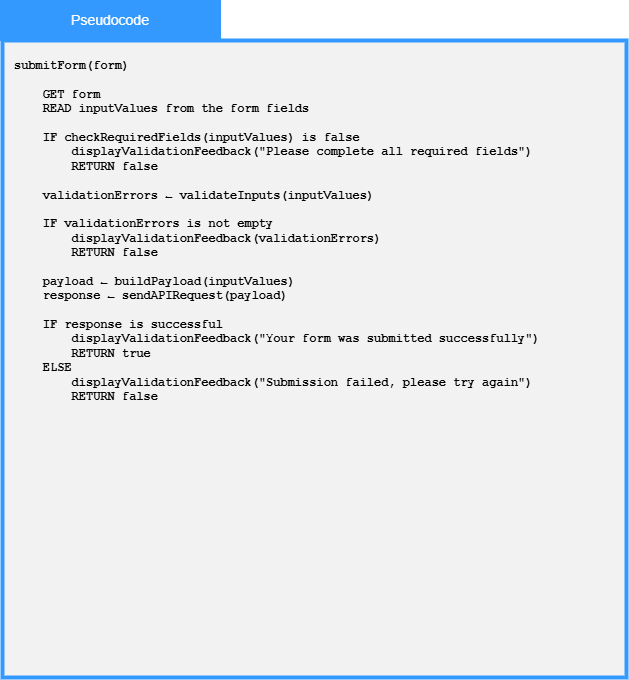
JmmonJeremy/CareerBound-SDD keeps this draw.io diagram as 03_Team_Work/Team1/Milestone_5_Algorithms/AJ_M5_renderSelectedView.drawio.png. Above is the earlier version. Source tidied: cells renumbered, new cells last; positions are measured from the earlier drawing's top-left corner, leaving out a move shared by most shapes. The source it was exported from:
```xml
<mxGraphModel>
  <root>
    <mxCell id="0" />
    <mxCell id="1" parent="0" />
    <mxCell id="2" style="whiteSpace=wrap;html=1;fillColor=#F2F2F2;strokeWidth=4;strokeColor=#3399FF;" parent="1" vertex="1">
      <mxGeometry x="2" y="40" width="624" height="637" as="geometry" />
    </mxCell>
    <mxCell id="3" value="&lt;font face=&quot;Arial&quot; style=&quot;color: rgb(255, 255, 255); font-size: 14px;&quot;&gt;Pseudocode&lt;/font&gt;" style="rounded=0;whiteSpace=wrap;html=1;strokeColor=#3399FF;fillColor=#3399FF;" parent="1" vertex="1">
      <mxGeometry width="220" height="40" as="geometry" />
    </mxCell>
    <mxCell id="4" value="&lt;div style=&quot;&quot;&gt;&lt;div style=&quot;&quot;&gt;&lt;font face=&quot;Courier New&quot;&gt;&lt;b&gt;&lt;div style=&quot;&quot;&gt;submitForm(form)&lt;/div&gt;&lt;div style=&quot;&quot;&gt;&lt;br&gt;&lt;/div&gt;&lt;div style=&quot;&quot;&gt;&amp;nbsp; &amp;nbsp; GET form&lt;/div&gt;&lt;div style=&quot;&quot;&gt;&amp;nbsp; &amp;nbsp; READ inputValues from the form fields&lt;/div&gt;&lt;div style=&quot;&quot;&gt;&lt;br&gt;&lt;/div&gt;&lt;div style=&quot;&quot;&gt;&amp;nbsp; &amp;nbsp; IF checkRequiredFields(inputValues) is false&lt;/div&gt;&lt;div style=&quot;&quot;&gt;&amp;nbsp; &amp;nbsp; &amp;nbsp; &amp;nbsp; displayValidationFeedback(&quot;Please complete all required fields&quot;)&lt;/div&gt;&lt;div style=&quot;&quot;&gt;&amp;nbsp; &amp;nbsp; &amp;nbsp; &amp;nbsp; RETURN false&lt;/div&gt;&lt;div style=&quot;&quot;&gt;&lt;br&gt;&lt;/div&gt;&lt;div style=&quot;&quot;&gt;&amp;nbsp; &amp;nbsp; validationErrors ← validateInputs(inputValues)&lt;/div&gt;&lt;div style=&quot;&quot;&gt;&lt;br&gt;&lt;/div&gt;&lt;div style=&quot;&quot;&gt;&amp;nbsp; &amp;nbsp; IF validationErrors is not empty&lt;/div&gt;&lt;div style=&quot;&quot;&gt;&amp;nbsp; &amp;nbsp; &amp;nbsp; &amp;nbsp; displayValidationFeedback(validationErrors)&lt;/div&gt;&lt;div style=&quot;&quot;&gt;&amp;nbsp; &amp;nbsp; &amp;nbsp; &amp;nbsp; RETURN false&lt;/div&gt;&lt;div style=&quot;&quot;&gt;&lt;br&gt;&lt;/div&gt;&lt;div style=&quot;&quot;&gt;&amp;nbsp; &amp;nbsp; payload ← buildPayload(inputValues)&lt;/div&gt;&lt;div style=&quot;&quot;&gt;&amp;nbsp; &amp;nbsp; response ← sendAPIRequest(payload)&lt;/div&gt;&lt;div style=&quot;&quot;&gt;&lt;br&gt;&lt;/div&gt;&lt;div style=&quot;&quot;&gt;&amp;nbsp; &amp;nbsp; IF response is successful&lt;/div&gt;&lt;div style=&quot;&quot;&gt;&amp;nbsp; &amp;nbsp; &amp;nbsp; &amp;nbsp; displayValidationFeedback(&quot;Your form was submitted successfully&quot;)&lt;/div&gt;&lt;div style=&quot;&quot;&gt;&amp;nbsp; &amp;nbsp; &amp;nbsp; &amp;nbsp; RETURN true&lt;/div&gt;&lt;div style=&quot;&quot;&gt;&amp;nbsp; &amp;nbsp; ELSE&lt;/div&gt;&lt;div style=&quot;&quot;&gt;&amp;nbsp; &amp;nbsp; &amp;nbsp; &amp;nbsp; displayValidationFeedback(&quot;Submission failed, please try again&quot;)&lt;/div&gt;&lt;div style=&quot;&quot;&gt;&amp;nbsp; &amp;nbsp; &amp;nbsp; &amp;nbsp; RETURN false&lt;/div&gt;&lt;/b&gt;&lt;/font&gt;&lt;/div&gt;&lt;/div&gt;" style="text;html=1;whiteSpace=wrap;strokeColor=none;fillColor=none;align=left;verticalAlign=middle;rounded=0;verticalAlign=top;" parent="1" vertex="1">
      <mxGeometry x="12" y="52" width="597" height="613" as="geometry" />
    </mxCell>
  </root>
</mxGraphModel>
```
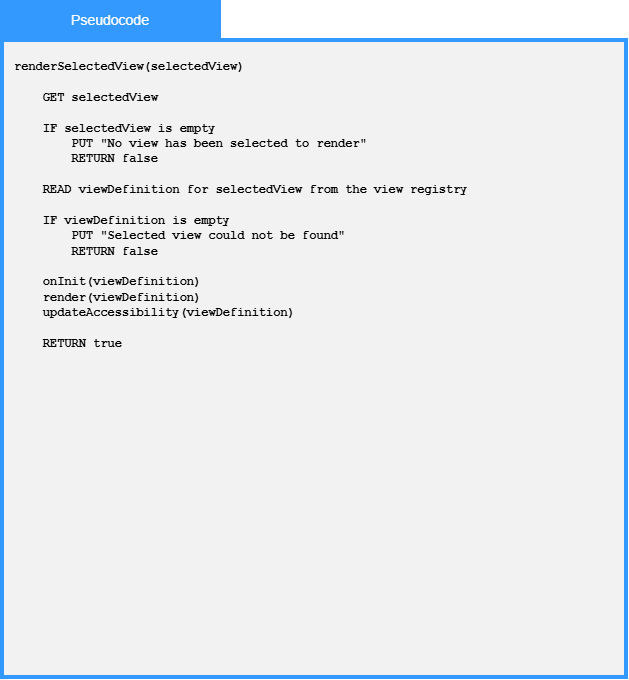
After the change.

Commit message:
Actual render and renderSelectedView

Change to the diagram source:
```diff
@@ -8,8 +8,8 @@
     <mxCell id="3" value="&lt;font face=&quot;Arial&quot; style=&quot;color: rgb(255, 255, 255); font-size: 14px;&quot;&gt;Pseudocode&lt;/font&gt;" style="rounded=0;whiteSpace=wrap;html=1;strokeColor=#3399FF;fillColor=#3399FF;" parent="1" vertex="1">
       <mxGeometry width="220" height="40" as="geometry" />
     </mxCell>
-    <mxCell id="4" value="&lt;div style=&quot;&quot;&gt;&lt;div style=&quot;&quot;&gt;&lt;font face=&quot;Courier New&quot;&gt;&lt;b&gt;&lt;div style=&quot;&quot;&gt;submitForm(form)&lt;/div&gt;&lt;div style=&quot;&quot;&gt;&lt;br&gt;&lt;/div&gt;&lt;div style=&quot;&quot;&gt;&amp;nbsp; &amp;nbsp; GET form&lt;/div&gt;&lt;div style=&quot;&quot;&gt;&amp;nbsp; &amp;nbsp; READ inputValues from the form fields&lt;/div&gt;&lt;div style=&quot;&quot;&gt;&lt;br&gt;&lt;/div&gt;&lt;div style=&quot;&quot;&gt;&amp;nbsp; &amp;nbsp; IF checkRequiredFields(inputValues) is false&lt;/div&gt;&lt;div style=&quot;&quot;&gt;&amp;nbsp; &amp;nbsp; &amp;nbsp; &amp;nbsp; displayValidationFeedback(&quot;Please complete all required fields&quot;)&lt;/div&gt;&lt;div style=&quot;&quot;&gt;&amp;nbsp; &amp;nbsp; &amp;nbsp; &amp;nbsp; RETURN false&lt;/div&gt;&lt;div style=&quot;&quot;&gt;&lt;br&gt;&lt;/div&gt;&lt;div style=&quot;&quot;&gt;&amp;nbsp; &amp;nbsp; validationErrors ← validateInputs(inputValues)&lt;/div&gt;&lt;div style=&quot;&quot;&gt;&lt;br&gt;&lt;/div&gt;&lt;div style=&quot;&quot;&gt;&amp;nbsp; &amp;nbsp; IF validationErrors is not empty&lt;/div&gt;&lt;div style=&quot;&quot;&gt;&amp;nbsp; &amp;nbsp; &amp;nbsp; &amp;nbsp; displayValidationFeedback(validationErrors)&lt;/div&gt;&lt;div style=&quot;&quot;&gt;&amp;nbsp; &amp;nbsp; &amp;nbsp; &amp;nbsp; RETURN false&lt;/div&gt;&lt;div style=&quot;&quot;&gt;&lt;br&gt;&lt;/div&gt;&lt;div style=&quot;&quot;&gt;&amp;nbsp; &amp;nbsp; payload ← buildPayload(inputValues)&lt;/div&gt;&lt;div style=&quot;&quot;&gt;&amp;nbsp; &amp;nbsp; response ← sendAPIRequest(payload)&lt;/div&gt;&lt;div style=&quot;&quot;&gt;&lt;br&gt;&lt;/div&gt;&lt;div style=&quot;&quot;&gt;&amp;nbsp; &amp;nbsp; IF response is successful&lt;/div&gt;&lt;div style=&quot;&quot;&gt;&amp;nbsp; &amp;nbsp; &amp;nbsp; &amp;nbsp; displayValidationFeedback(&quot;Your form was submitted successfully&quot;)&lt;/div&gt;&lt;div style=&quot;&quot;&gt;&amp;nbsp; &amp;nbsp; &amp;nbsp; &amp;nbsp; RETURN true&lt;/div&gt;&lt;div style=&quot;&quot;&gt;&amp;nbsp; &amp;nbsp; ELSE&lt;/div&gt;&lt;div style=&quot;&quot;&gt;&amp;nbsp; &amp;nbsp; &amp;nbsp; &amp;nbsp; displayValidationFeedback(&quot;Submission failed, please try again&quot;)&lt;/div&gt;&lt;div style=&quot;&quot;&gt;&amp;nbsp; &amp;nbsp; &amp;nbsp; &amp;nbsp; RETURN false&lt;/div&gt;&lt;/b&gt;&lt;/font&gt;&lt;/div&gt;&lt;/div&gt;" style="text;html=1;whiteSpace=wrap;strokeColor=none;fillColor=none;align=left;verticalAlign=middle;rounded=0;verticalAlign=top;" parent="1" vertex="1">
-      <mxGeometry x="12" y="52" width="597" height="613" as="geometry" />
-    </mxCell>
+    <mxCell id="5" value="&lt;div&gt;&lt;div&gt;&lt;font face=&quot;Courier New&quot;&gt;&lt;b&gt;renderSelectedView(selectedView)&lt;/b&gt;&lt;/font&gt;&lt;/div&gt;&lt;div&gt;&lt;font face=&quot;Courier New&quot;&gt;&lt;b&gt;&lt;br&gt;&lt;/b&gt;&lt;/font&gt;&lt;/div&gt;&lt;div&gt;&lt;font face=&quot;Courier New&quot;&gt;&lt;b&gt;&amp;nbsp; &amp;nbsp; GET selectedView&lt;/b&gt;&lt;/font&gt;&lt;/div&gt;&lt;div&gt;&lt;font face=&quot;Courier New&quot;&gt;&lt;b&gt;&lt;br&gt;&lt;/b&gt;&lt;/font&gt;&lt;/div&gt;&lt;div&gt;&lt;font face=&quot;Courier New&quot;&gt;&lt;b&gt;&amp;nbsp; &amp;nbsp; IF selectedView is empty&lt;/b&gt;&lt;/font&gt;&lt;/div&gt;&lt;div&gt;&lt;font face=&quot;Courier New&quot;&gt;&lt;b&gt;&amp;nbsp; &amp;nbsp; &amp;nbsp; &amp;nbsp; PUT &quot;No view has been selected to render&quot;&lt;/b&gt;&lt;/font&gt;&lt;/div&gt;&lt;div&gt;&lt;font face=&quot;Courier New&quot;&gt;&lt;b&gt;&amp;nbsp; &amp;nbsp; &amp;nbsp; &amp;nbsp; RETURN false&lt;/b&gt;&lt;/font&gt;&lt;/div&gt;&lt;div&gt;&lt;font face=&quot;Courier New&quot;&gt;&lt;b&gt;&lt;br&gt;&lt;/b&gt;&lt;/font&gt;&lt;/div&gt;&lt;div&gt;&lt;font face=&quot;Courier New&quot;&gt;&lt;b&gt;&amp;nbsp; &amp;nbsp; READ viewDefinition for selectedView from the view registry&lt;/b&gt;&lt;/font&gt;&lt;/div&gt;&lt;div&gt;&lt;font face=&quot;Courier New&quot;&gt;&lt;b&gt;&lt;br&gt;&lt;/b&gt;&lt;/font&gt;&lt;/div&gt;&lt;div&gt;&lt;font face=&quot;Courier New&quot;&gt;&lt;b&gt;&amp;nbsp; &amp;nbsp; IF viewDefinition is empty&lt;/b&gt;&lt;/font&gt;&lt;/div&gt;&lt;div&gt;&lt;font face=&quot;Courier New&quot;&gt;&lt;b&gt;&amp;nbsp; &amp;nbsp; &amp;nbsp; &amp;nbsp; PUT &quot;Selected view could not be found&quot;&lt;/b&gt;&lt;/font&gt;&lt;/div&gt;&lt;div&gt;&lt;font face=&quot;Courier New&quot;&gt;&lt;b&gt;&amp;nbsp; &amp;nbsp; &amp;nbsp; &amp;nbsp; RETURN false&lt;/b&gt;&lt;/font&gt;&lt;/div&gt;&lt;div&gt;&lt;font face=&quot;Courier New&quot;&gt;&lt;b&gt;&lt;br&gt;&lt;/b&gt;&lt;/font&gt;&lt;/div&gt;&lt;div&gt;&lt;font face=&quot;Courier New&quot;&gt;&lt;b&gt;&amp;nbsp; &amp;nbsp; onInit(viewDefinition)&lt;/b&gt;&lt;/font&gt;&lt;/div&gt;&lt;div&gt;&lt;font face=&quot;Courier New&quot;&gt;&lt;b&gt;&amp;nbsp; &amp;nbsp; render(viewDefinition)&lt;/b&gt;&lt;/font&gt;&lt;/div&gt;&lt;div&gt;&lt;font face=&quot;Courier New&quot;&gt;&lt;b&gt;&amp;nbsp; &amp;nbsp; updateAccessibility(viewDefinition)&lt;/b&gt;&lt;/font&gt;&lt;/div&gt;&lt;div&gt;&lt;font face=&quot;Courier New&quot;&gt;&lt;b&gt;&lt;br&gt;&lt;/b&gt;&lt;/font&gt;&lt;/div&gt;&lt;div&gt;&lt;font face=&quot;Courier New&quot;&gt;&lt;b&gt;&amp;nbsp; &amp;nbsp; RETURN true&lt;/b&gt;&lt;/font&gt;&lt;/div&gt;&lt;/div&gt;" style="text;html=1;whiteSpace=wrap;strokeColor=none;fillColor=none;align=left;verticalAlign=middle;rounded=0;verticalAlign=top;" parent="1" vertex="1">
+      <mxGeometry x="12" y="52" width="597" height="613" as="geometry" />
+    </mxCell>
   </root>
 </mxGraphModel>
```
